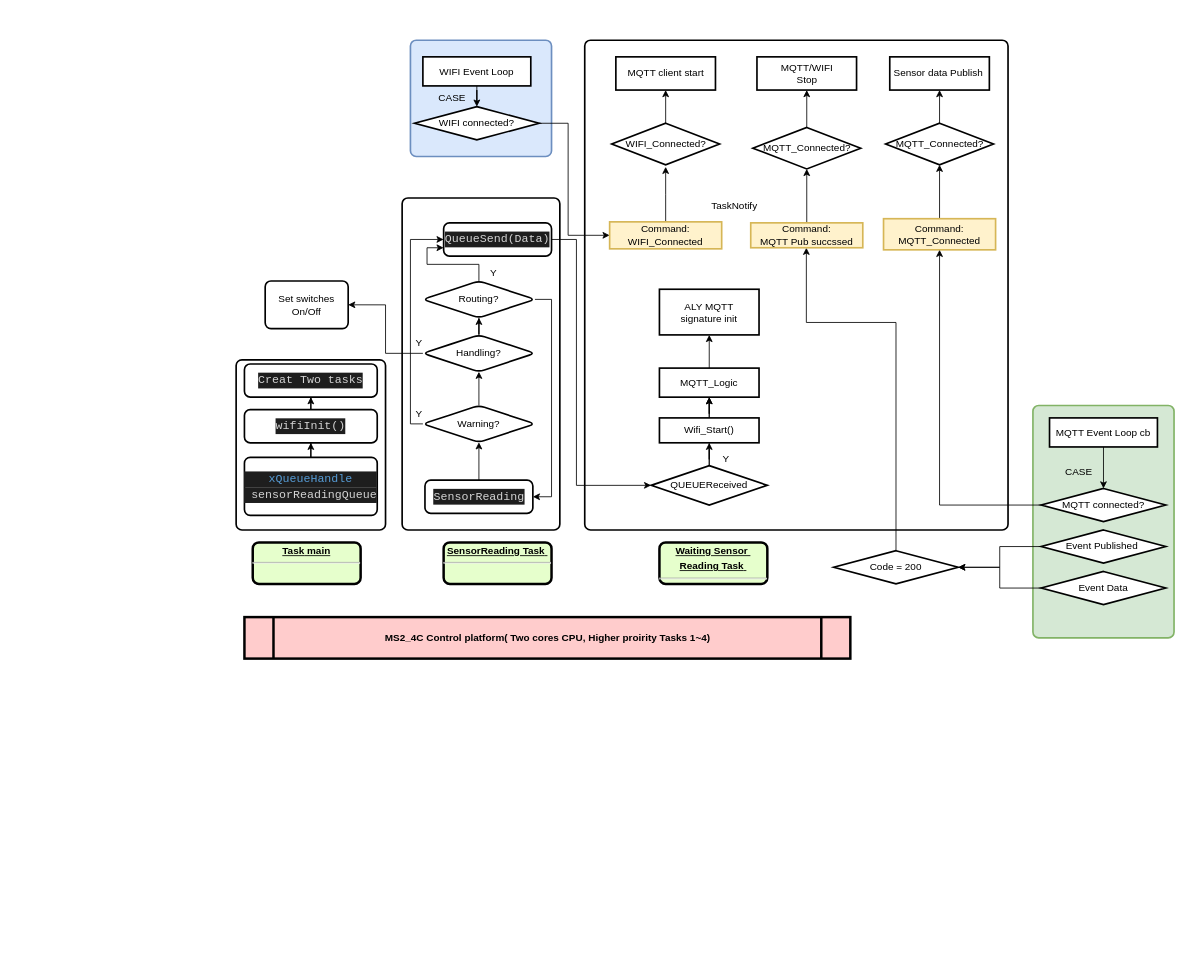
The draw.io diagram vent_control.drawio in kartwu/vent_control, before the edit. Source tidied: cells renumbered, new cells numbered last; positions are measured from the earlier drawing's top-left corner, leaving out a move shared by most shapes. Both pictures are drawn from the tidied source at 83%, with x=0, y=0 at pixel (236, 40).
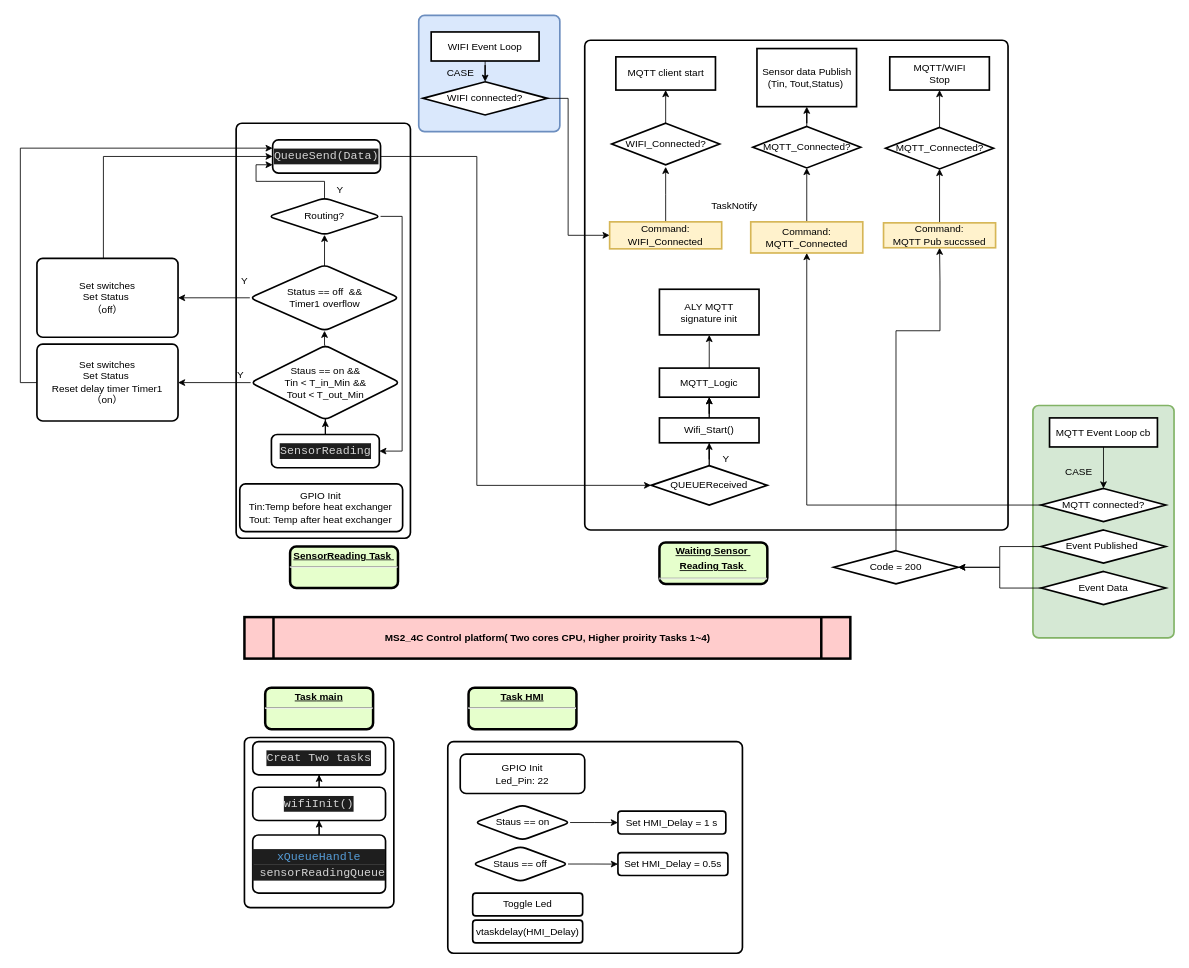
The same diagram, later.

The change refers to these unchanged cells:
```xml
<mxCell id="21" value="QUEUEReceived" style="strokeWidth=2;html=1;shape=mxgraph.flowchart.decision;whiteSpace=wrap;" parent="1" vertex="1">
  <mxGeometry x="500" y="512.5" width="140" height="47.5" as="geometry" />
</mxCell>
<mxCell id="29" value="Command:&lt;br&gt;WIFI_Connected" style="whiteSpace=wrap;html=1;strokeWidth=2;fillColor=#fff2cc;strokeColor=#d6b656;" parent="1" vertex="1">
  <mxGeometry x="450" y="218.8" width="135" height="32.5" as="geometry" />
</mxCell>
<mxCell id="46" value="Code = 200" style="rhombus;whiteSpace=wrap;html=1;strokeWidth=2;" parent="1" vertex="1">
  <mxGeometry x="720" y="615" width="150" height="40" as="geometry" />
</mxCell>
```

Change to the diagram source:
```diff
@@
     <mxCell id="2" style="rounded=1;whiteSpace=wrap;html=1;absoluteArcSize=1;arcSize=14;strokeWidth=2;" parent="1" vertex="1">
-      <mxGeometry x="200" y="190" width="190" height="400" as="geometry" />
+      <mxGeometry y="100" width="210" height="500" as="geometry" />
     </mxCell>
     <mxCell id="3" style="rounded=1;whiteSpace=wrap;html=1;absoluteArcSize=1;arcSize=14;strokeWidth=2;" parent="1" vertex="1">
-      <mxGeometry y="385" width="180" height="205" as="geometry" />
+      <mxGeometry x="10" y="840" width="180" height="205" as="geometry" />
     </mxCell>
@@
     <mxCell id="6" style="rounded=1;whiteSpace=wrap;html=1;absoluteArcSize=1;arcSize=14;strokeWidth=2;fillColor=#dae8fc;strokeColor=#6c8ebf;" parent="1" vertex="1">
-      <mxGeometry x="210" width="170" height="140" as="geometry" />
+      <mxGeometry x="220" y="-30" width="170" height="140" as="geometry" />
     </mxCell>
@@
     <mxCell id="8" value="&lt;p style=&quot;margin: 0px ; margin-top: 4px ; text-align: center ; text-decoration: underline&quot;&gt;&lt;strong&gt;&lt;strong&gt;Task&lt;/strong&gt;&amp;nbsp;main&lt;br&gt;&lt;/strong&gt;&lt;/p&gt;&lt;hr&gt;&lt;p style=&quot;margin: 0px ; margin-left: 8px&quot;&gt;&lt;br&gt;&lt;/p&gt;" style="verticalAlign=middle;align=center;overflow=fill;fontSize=12;fontFamily=Helvetica;html=1;rounded=1;fontStyle=1;strokeWidth=3;fillColor=#E6FFCC;" parent="1" vertex="1">
-      <mxGeometry x="20" y="605" width="130" height="50" as="geometry" />
+      <mxGeometry x="35" y="780" width="130" height="50" as="geometry" />
     </mxCell>
@@
     <mxCell id="10" value="&lt;div style=&quot;color: rgb(212 , 212 , 212) ; background-color: rgb(30 , 30 , 30) ; font-family: &amp;#34;consolas&amp;#34; , &amp;#34;courier new&amp;#34; , monospace ; font-size: 14px ; line-height: 19px&quot;&gt;&lt;span style=&quot;color: #569cd6&quot;&gt;xQueueHandle&lt;/span&gt;&lt;/div&gt;&lt;div style=&quot;color: rgb(212 , 212 , 212) ; background-color: rgb(30 , 30 , 30) ; font-family: &amp;#34;consolas&amp;#34; , &amp;#34;courier new&amp;#34; , monospace ; font-size: 14px ; line-height: 19px&quot;&gt;&amp;nbsp;sensorReadingQueue&lt;/div&gt;" style="rounded=1;whiteSpace=wrap;html=1;absoluteArcSize=1;arcSize=14;strokeWidth=2;" parent="1" vertex="1">
-      <mxGeometry x="10" y="502.5" width="160" height="70" as="geometry" />
+      <mxGeometry x="20" y="957.5" width="160" height="70" as="geometry" />
     </mxCell>
@@
     <mxCell id="12" value="&lt;div style=&quot;color: rgb(212 , 212 , 212) ; background-color: rgb(30 , 30 , 30) ; font-family: &amp;#34;consolas&amp;#34; , &amp;#34;courier new&amp;#34; , monospace ; font-size: 14px ; line-height: 19px&quot;&gt;wifiInit()&lt;/div&gt;" style="rounded=1;whiteSpace=wrap;html=1;absoluteArcSize=1;arcSize=14;strokeWidth=2;" parent="1" vertex="1">
-      <mxGeometry x="10" y="445" width="160" height="40" as="geometry" />
+      <mxGeometry x="20" y="900" width="160" height="40" as="geometry" />
     </mxCell>
@@
     <mxCell id="14" value="&lt;div style=&quot;color: rgb(212 , 212 , 212) ; background-color: rgb(30 , 30 , 30) ; font-family: &amp;#34;consolas&amp;#34; , &amp;#34;courier new&amp;#34; , monospace ; font-size: 14px ; line-height: 19px&quot;&gt;&lt;span style=&quot;font-family: &amp;#34;consolas&amp;#34; , &amp;#34;courier new&amp;#34; , monospace&quot;&gt;SensorReading&lt;/span&gt;&lt;/div&gt;" style="rounded=1;whiteSpace=wrap;html=1;absoluteArcSize=1;arcSize=14;strokeWidth=2;" parent="1" vertex="1">
-      <mxGeometry x="227.5" y="530" width="130" height="40" as="geometry" />
+      <mxGeometry x="42.5" y="475" width="130" height="40" as="geometry" />
     </mxCell>
     <mxCell id="15" value="&lt;p style=&quot;margin: 0px ; margin-top: 4px ; text-align: center ; text-decoration: underline&quot;&gt;&lt;strong&gt;&lt;strong&gt;SensorReading Task&lt;/strong&gt;&amp;nbsp;&lt;br&gt;&lt;/strong&gt;&lt;/p&gt;&lt;hr&gt;&lt;p style=&quot;margin: 0px ; margin-left: 8px&quot;&gt;&lt;br&gt;&lt;/p&gt;" style="verticalAlign=middle;align=center;overflow=fill;fontSize=12;fontFamily=Helvetica;html=1;rounded=1;fontStyle=1;strokeWidth=3;fillColor=#E6FFCC;" parent="1" vertex="1">
-      <mxGeometry x="250" y="605" width="130" height="50" as="geometry" />
+      <mxGeometry x="65" y="610" width="130" height="50" as="geometry" />
     </mxCell>
-    <mxCell id="16" style="edgeStyle=orthogonalEdgeStyle;rounded=0;jettySize=auto;html=1;entryX=0;entryY=0.5;entryDx=0;entryDy=0;entryPerimeter=0;" parent="1" edge="1" source="17" target="21">
+    <mxCell id="16" style="edgeStyle=orthogonalEdgeStyle;rounded=0;jettySize=auto;html=1;entryX=0;entryY=0.5;entryDx=0;entryDy=0;entryPerimeter=0;exitX=1;exitY=0.5;exitDx=0;exitDy=0;" parent="1" edge="1" source="17" target="21">
       <mxGeometry relative="1" as="geometry">
         <Array as="points">
-          <mxPoint x="410" y="240" />
-          <mxPoint x="410" y="536" />
+          <mxPoint x="290" y="140" />
+          <mxPoint x="290" y="536" />
         </Array>
       </mxGeometry>
     </mxCell>
     <mxCell id="17" value="&lt;div style=&quot;color: rgb(212 , 212 , 212) ; background-color: rgb(30 , 30 , 30) ; font-family: &amp;#34;consolas&amp;#34; , &amp;#34;courier new&amp;#34; , monospace ; font-size: 14px ; line-height: 19px&quot;&gt;&lt;span style=&quot;font-family: &amp;#34;consolas&amp;#34; , &amp;#34;courier new&amp;#34; , monospace&quot;&gt;QueueSend(Data)&lt;/span&gt;&lt;/div&gt;" style="rounded=1;whiteSpace=wrap;html=1;absoluteArcSize=1;arcSize=14;strokeWidth=2;" parent="1" vertex="1">
-      <mxGeometry x="250" y="220" width="130" height="40" as="geometry" />
+      <mxGeometry x="44" y="120" width="130" height="40" as="geometry" />
     </mxCell>
@@
     <mxCell id="23" style="edgeStyle=orthogonalEdgeStyle;rounded=0;jettySize=auto;html=1;exitX=1;exitY=0.5;exitDx=0;exitDy=0;" parent="1" edge="1" source="51" target="29">
       <mxGeometry relative="1" as="geometry">
         <Array as="points">
-          <mxPoint x="400" y="100" />
+          <mxPoint x="400" y="70" />
           <mxPoint x="400" y="235" />
         </Array>
       </mxGeometry>
     </mxCell>
@@
     <mxCell id="34" value="Command:&lt;br&gt;MQTT_Connected" style="whiteSpace=wrap;html=1;strokeWidth=2;fillColor=#fff2cc;strokeColor=#d6b656;" parent="1" vertex="1">
-      <mxGeometry x="780" y="215" width="135" height="37.5" as="geometry" />
+      <mxGeometry x="620" y="218.8" width="135" height="37.5" as="geometry" />
     </mxCell>
@@
-    <mxCell id="40" value="Sensor data Publish&amp;nbsp;" style="whiteSpace=wrap;html=1;strokeWidth=2;" parent="1" vertex="1">
-      <mxGeometry x="787.5" y="20" width="120" height="40" as="geometry" />
+    <mxCell id="40" value="Sensor data Publish&lt;br&gt;(Tin, Tout,Status)&amp;nbsp;" style="whiteSpace=wrap;html=1;strokeWidth=2;" parent="1" vertex="1">
+      <mxGeometry x="627.5" y="10" width="120" height="70" as="geometry" />
     </mxCell>
@@
-    <mxCell id="45" style="edgeStyle=orthogonalEdgeStyle;rounded=0;jettySize=auto;html=1;" parent="1" edge="1" source="46" target="48">
+    <mxCell id="45" style="edgeStyle=orthogonalEdgeStyle;rounded=0;jettySize=auto;html=1;entryX=0.5;entryY=1;entryDx=0;entryDy=0;" parent="1" edge="1" source="46" target="48">
       <mxGeometry relative="1" as="geometry">
         <Array as="points">
-          <mxPoint x="795" y="340" />
-          <mxPoint x="687" y="340" />
+          <mxPoint x="795" y="350" />
+          <mxPoint x="848" y="350" />
+          <mxPoint x="848" y="290" />
         </Array>
       </mxGeometry>
     </mxCell>
@@
     <mxCell id="48" value="Command:&lt;br&gt;MQTT Pub succssed" style="whiteSpace=wrap;html=1;strokeWidth=2;fillColor=#fff2cc;strokeColor=#d6b656;" parent="1" vertex="1">
-      <mxGeometry x="620" y="220" width="135" height="30" as="geometry" />
+      <mxGeometry x="780" y="220" width="135" height="30" as="geometry" />
     </mxCell>
@@
     <mxCell id="50" value="WIFI Event Loop" style="whiteSpace=wrap;html=1;strokeWidth=2;" parent="1" vertex="1">
-      <mxGeometry x="225" y="20" width="130" height="35" as="geometry" />
+      <mxGeometry x="235" y="-10" width="130" height="35" as="geometry" />
     </mxCell>
     <mxCell id="51" value="WIFI connected?" style="rhombus;whiteSpace=wrap;html=1;strokeWidth=2;" parent="1" vertex="1">
-      <mxGeometry x="215" y="80" width="150" height="40" as="geometry" />
+      <mxGeometry x="225" y="50" width="150" height="40" as="geometry" />
     </mxCell>
     <mxCell id="52" value="CASE" style="text;html=1;align=center;verticalAlign=middle;" parent="1" vertex="1">
-      <mxGeometry x="235" y="60" width="50" height="20" as="geometry" />
+      <mxGeometry x="245" y="30" width="50" height="20" as="geometry" />
     </mxCell>
@@
     <mxCell id="56" value="MQTT_Connected?" style="rhombus;whiteSpace=wrap;html=1;strokeWidth=2;" parent="1" vertex="1">
-      <mxGeometry x="782.5" y="100" width="130" height="50" as="geometry" />
+      <mxGeometry x="622.5" y="103.8" width="130" height="50" as="geometry" />
     </mxCell>
@@
     <mxCell id="58" value="MQTT_Connected?" style="rhombus;whiteSpace=wrap;html=1;strokeWidth=2;" parent="1" vertex="1">
-      <mxGeometry x="622.5" y="105" width="130" height="50" as="geometry" />
+      <mxGeometry x="782.5" y="105" width="130" height="50" as="geometry" />
     </mxCell>
     <mxCell id="59" value="MQTT/WIFI&lt;br&gt;Stop" style="whiteSpace=wrap;html=1;strokeWidth=2;" parent="1" vertex="1">
-      <mxGeometry x="627.5" y="20" width="120" height="40" as="geometry" />
+      <mxGeometry x="787.5" y="20" width="120" height="40" as="geometry" />
     </mxCell>
@@
     <mxCell id="61" value="&lt;div style=&quot;color: rgb(212 , 212 , 212) ; background-color: rgb(30 , 30 , 30) ; font-family: &amp;#34;consolas&amp;#34; , &amp;#34;courier new&amp;#34; , monospace ; font-size: 14px ; line-height: 19px&quot;&gt;Creat Two tasks&lt;/div&gt;" style="rounded=1;whiteSpace=wrap;html=1;absoluteArcSize=1;arcSize=14;strokeWidth=2;" parent="1" vertex="1">
-      <mxGeometry x="10" y="390" width="160" height="40" as="geometry" />
+      <mxGeometry x="20" y="845" width="160" height="40" as="geometry" />
     </mxCell>
-    <mxCell id="62" style="edgeStyle=orthogonalEdgeStyle;rounded=0;jettySize=auto;html=1;entryX=0;entryY=0.5;entryDx=0;entryDy=0;exitX=0;exitY=0.5;exitDx=0;exitDy=0;" parent="1" edge="1" source="64" target="17">
-      <mxGeometry relative="1" as="geometry">
-        <Array as="points">
-          <mxPoint x="210" y="462" />
-          <mxPoint x="210" y="240" />
-        </Array>
-      </mxGeometry>
-    </mxCell>
-    <mxCell id="63" style="edgeStyle=orthogonalEdgeStyle;rounded=0;jettySize=auto;html=1;" parent="1" edge="1" source="64" target="67">
-      <mxGeometry relative="1" as="geometry" />
-    </mxCell>
-    <mxCell id="64" value="Warning?" style="rhombus;whiteSpace=wrap;html=1;rounded=1;strokeWidth=2;arcSize=14;" parent="1" vertex="1">
-      <mxGeometry x="225" y="440" width="135" height="44.4" as="geometry" />
+    <mxCell id="64" value="Staus == on &amp;amp;&amp;amp;&lt;br&gt;Tin &amp;lt; T_in_Min &amp;amp;&amp;amp;&lt;br&gt;Tout &amp;lt; T_out_Min" style="rhombus;whiteSpace=wrap;html=1;rounded=1;strokeWidth=2;arcSize=14;" parent="1" vertex="1">
+      <mxGeometry x="17.5" y="367.6" width="180" height="89.8" as="geometry" />
     </mxCell>
-    <mxCell id="65" style="edgeStyle=orthogonalEdgeStyle;rounded=0;jettySize=auto;html=1;entryX=1;entryY=0.5;entryDx=0;entryDy=0;" parent="1" edge="1" source="67" target="71">
+    <mxCell id="65" style="edgeStyle=orthogonalEdgeStyle;rounded=0;jettySize=auto;html=1;entryX=1;entryY=0.5;entryDx=0;entryDy=0;exitX=0;exitY=0.5;exitDx=0;exitDy=0;" parent="1" edge="1" source="64" target="71">
       <mxGeometry relative="1" as="geometry" />
     </mxCell>
-    <mxCell id="66" style="edgeStyle=orthogonalEdgeStyle;rounded=0;jettySize=auto;html=1;" parent="1" edge="1" source="67" target="70">
-      <mxGeometry relative="1" as="geometry" />
+    <mxCell id="66" style="edgeStyle=orthogonalEdgeStyle;rounded=0;jettySize=auto;html=1;" parent="1" edge="1" target="70">
+      <mxGeometry relative="1" as="geometry">
+        <mxPoint x="107.5" y="330" as="sourcePoint" />
+      </mxGeometry>
     </mxCell>
-    <mxCell id="67" value="Handling?" style="rhombus;whiteSpace=wrap;html=1;rounded=1;strokeWidth=2;arcSize=14;" parent="1" vertex="1">
-      <mxGeometry x="225" y="355" width="135" height="44.4" as="geometry" />
-    </mxCell>
     <mxCell id="68" style="edgeStyle=orthogonalEdgeStyle;rounded=0;jettySize=auto;html=1;entryX=1;entryY=0.5;entryDx=0;entryDy=0;exitX=1;exitY=0.5;exitDx=0;exitDy=0;" parent="1" edge="1" source="70" target="14">
-      <mxGeometry relative="1" as="geometry" />
+      <mxGeometry relative="1" as="geometry">
+        <Array as="points">
+          <mxPoint x="200" y="212" />
+          <mxPoint x="200" y="495" />
+        </Array>
+      </mxGeometry>
     </mxCell>
@@
     <mxCell id="70" value="Routing?" style="rhombus;whiteSpace=wrap;html=1;rounded=1;strokeWidth=2;arcSize=14;" parent="1" vertex="1">
-      <mxGeometry x="225" y="290" width="135" height="44.4" as="geometry" />
+      <mxGeometry x="39" y="190" width="135" height="44.4" as="geometry" />
     </mxCell>
+    <mxCell id="75" style="edgeStyle=orthogonalEdgeStyle;rounded=0;jettySize=auto;html=1;entryX=0;entryY=0.25;entryDx=0;entryDy=0;exitX=0;exitY=0.5;exitDx=0;exitDy=0;" parent="1" edge="1" source="71" target="17">
+      <mxGeometry relative="1" as="geometry" />
+    </mxCell>
-    <mxCell id="71" value="Set switches&lt;br&gt;On/Off" style="rounded=1;whiteSpace=wrap;html=1;absoluteArcSize=1;arcSize=14;strokeWidth=2;" parent="1" vertex="1">
-      <mxGeometry x="35" y="290" width="100" height="57.5" as="geometry" />
+    <mxCell id="71" value="Set switches&lt;br&gt;Set Status&amp;nbsp;&lt;br&gt;Reset delay timer Timer1&lt;br&gt;（on）" style="rounded=1;whiteSpace=wrap;html=1;absoluteArcSize=1;arcSize=14;strokeWidth=2;" parent="1" vertex="1">
+      <mxGeometry x="-240" y="366.2" width="170" height="92.5" as="geometry" />
     </mxCell>
     <mxCell id="72" value="Y" style="text;html=1;align=center;verticalAlign=middle;" parent="1" vertex="1">
-      <mxGeometry x="300" y="270" width="20" height="20" as="geometry" />
+      <mxGeometry x="115" y="170" width="20" height="20" as="geometry" />
     </mxCell>
     <mxCell id="73" value="Y" style="text;html=1;align=center;verticalAlign=middle;" parent="1" vertex="1">
-      <mxGeometry x="210" y="355" width="20" height="20" as="geometry" />
+      <mxGeometry y="280" width="20" height="20" as="geometry" />
     </mxCell>
     <mxCell id="74" value="Y" style="text;html=1;align=center;verticalAlign=middle;" parent="1" vertex="1">
-      <mxGeometry x="210" y="440" width="20" height="20" as="geometry" />
+      <mxGeometry x="-5" y="393.8" width="20" height="20" as="geometry" />
     </mxCell>
+    <mxCell id="76" value="GPIO Init&lt;br&gt;Tin:Temp before heat exchanger&lt;br&gt;Tout: Temp after heat exchanger" style="rounded=1;whiteSpace=wrap;html=1;absoluteArcSize=1;arcSize=14;strokeWidth=2;" parent="1" vertex="1">
+      <mxGeometry x="4.4" y="534.5" width="196.2" height="57.5" as="geometry" />
+    </mxCell>
+    <mxCell id="77" style="edgeStyle=orthogonalEdgeStyle;rounded=0;jettySize=auto;html=1;" parent="1" edge="1" source="78" target="80">
+      <mxGeometry relative="1" as="geometry" />
+    </mxCell>
+    <mxCell id="78" value="Status == off&amp;nbsp; &amp;amp;&amp;amp;&lt;br&gt;Timer1 overflow" style="rhombus;whiteSpace=wrap;html=1;rounded=1;strokeWidth=2;arcSize=14;" parent="1" vertex="1">
+      <mxGeometry x="16.5" y="270.6" width="180" height="79.4" as="geometry" />
+    </mxCell>
+    <mxCell id="79" style="edgeStyle=orthogonalEdgeStyle;rounded=0;jettySize=auto;html=1;entryX=0;entryY=0.5;entryDx=0;entryDy=0;exitX=0.471;exitY=0;exitDx=0;exitDy=0;exitPerimeter=0;" parent="1" edge="1" source="80" target="17">
+      <mxGeometry relative="1" as="geometry" />
+    </mxCell>
+    <mxCell id="80" value="Set switches&lt;br&gt;Set Status&amp;nbsp;&lt;br&gt;（off）&lt;br&gt;" style="rounded=1;whiteSpace=wrap;html=1;absoluteArcSize=1;arcSize=14;strokeWidth=2;" parent="1" vertex="1">
+      <mxGeometry x="-240" y="262.8" width="170" height="95" as="geometry" />
+    </mxCell>
+    <mxCell id="81" style="edgeStyle=orthogonalEdgeStyle;rounded=0;jettySize=auto;html=1;exitX=0.5;exitY=0;exitDx=0;exitDy=0;entryX=0.5;entryY=1;entryDx=0;entryDy=0;" parent="1" edge="1" source="64" target="78">
+      <mxGeometry relative="1" as="geometry" />
+    </mxCell>
+    <mxCell id="82" value="&lt;p style=&quot;margin: 0px ; margin-top: 4px ; text-align: center ; text-decoration: underline&quot;&gt;&lt;strong&gt;&lt;strong&gt;Task&lt;/strong&gt;&amp;nbsp;HMI&lt;br&gt;&lt;/strong&gt;&lt;/p&gt;&lt;hr&gt;&lt;p style=&quot;margin: 0px ; margin-left: 8px&quot;&gt;&lt;br&gt;&lt;/p&gt;" style="verticalAlign=middle;align=center;overflow=fill;fontSize=12;fontFamily=Helvetica;html=1;rounded=1;fontStyle=1;strokeWidth=3;fillColor=#E6FFCC;" parent="1" vertex="1">
+      <mxGeometry x="280" y="780" width="130" height="50" as="geometry" />
+    </mxCell>
+    <mxCell id="83" style="rounded=1;whiteSpace=wrap;html=1;absoluteArcSize=1;arcSize=14;strokeWidth=2;" parent="1" vertex="1">
+      <mxGeometry x="255" y="845" width="355" height="255" as="geometry" />
+    </mxCell>
+    <mxCell id="84" value="GPIO Init&lt;br&gt;Led_Pin: 22&lt;br&gt;" style="rounded=1;whiteSpace=wrap;html=1;absoluteArcSize=1;arcSize=14;strokeWidth=2;" parent="1" vertex="1">
+      <mxGeometry x="270" y="860" width="150" height="47.5" as="geometry" />
+    </mxCell>
+    <mxCell id="85" style="edgeStyle=orthogonalEdgeStyle;rounded=0;jettySize=auto;html=1;" parent="1" edge="1" source="86" target="87">
+      <mxGeometry relative="1" as="geometry" />
+    </mxCell>
+    <mxCell id="86" value="Staus == on" style="rhombus;whiteSpace=wrap;html=1;rounded=1;strokeWidth=2;arcSize=14;" parent="1" vertex="1">
+      <mxGeometry x="287.5" y="921.2" width="115" height="42.5" as="geometry" />
+    </mxCell>
+    <mxCell id="87" value="Set HMI_Delay = 1 s" style="whiteSpace=wrap;html=1;rounded=1;strokeWidth=2;arcSize=14;" parent="1" vertex="1">
+      <mxGeometry x="460" y="928.8" width="130" height="27.5" as="geometry" />
+    </mxCell>
+    <mxCell id="88" style="edgeStyle=orthogonalEdgeStyle;rounded=0;jettySize=auto;html=1;" parent="1" edge="1" source="89" target="90">
+      <mxGeometry relative="1" as="geometry" />
+    </mxCell>
+    <mxCell id="89" value="Staus == off" style="rhombus;whiteSpace=wrap;html=1;rounded=1;strokeWidth=2;arcSize=14;" parent="1" vertex="1">
+      <mxGeometry x="285" y="971.2" width="115" height="42.5" as="geometry" />
+    </mxCell>
+    <mxCell id="90" value="Set HMI_Delay = 0.5s" style="whiteSpace=wrap;html=1;rounded=1;strokeWidth=2;arcSize=14;" parent="1" vertex="1">
+      <mxGeometry x="460" y="978.8" width="132.5" height="27.5" as="geometry" />
+    </mxCell>
+    <mxCell id="91" value="Toggle Led" style="whiteSpace=wrap;html=1;rounded=1;strokeWidth=2;arcSize=14;" parent="1" vertex="1">
+      <mxGeometry x="285" y="1027.5" width="132.5" height="27.5" as="geometry" />
+    </mxCell>
+    <mxCell id="92" value="vtaskdelay(HMI_Delay)" style="whiteSpace=wrap;html=1;rounded=1;strokeWidth=2;arcSize=14;" parent="1" vertex="1">
+      <mxGeometry x="285" y="1060" width="132.5" height="27.5" as="geometry" />
+    </mxCell>
```
